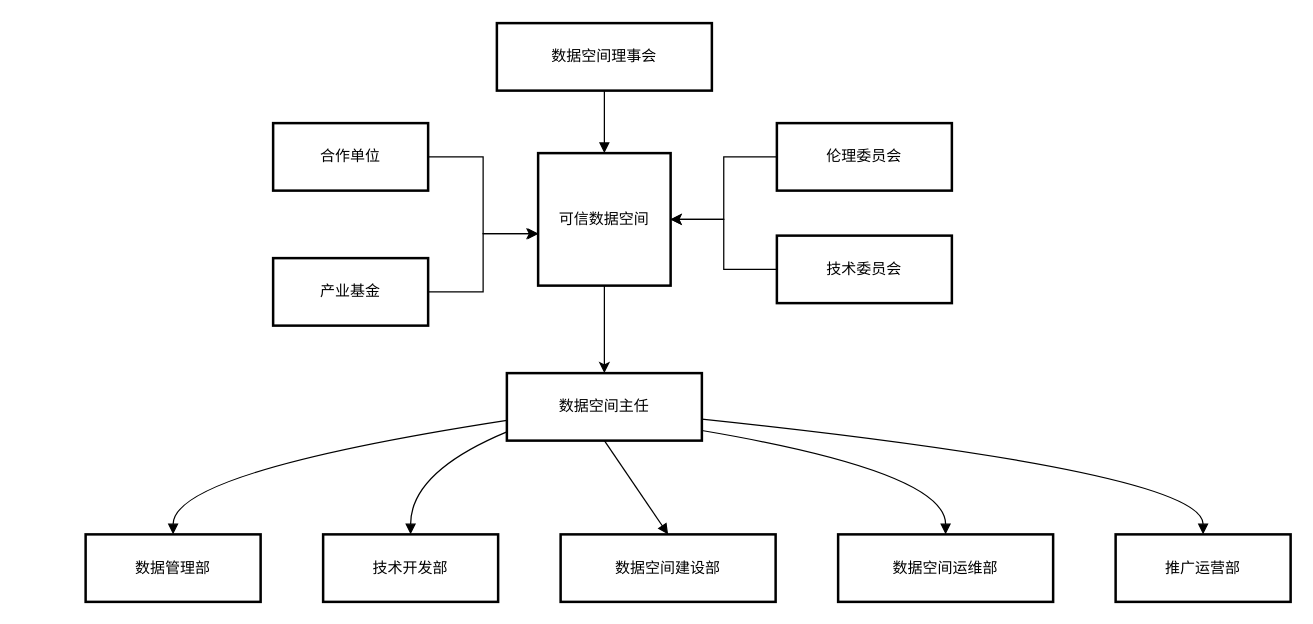
leiming8886/codac keeps this draw.io diagram as 未命名绘图.drawio. Above is the earlier version. Source tidied: cells renumbered, new cells numbered last; positions are measured from the earlier drawing's top-left corner, leaving out a move shared by most shapes. Both pictures are drawn from the tidied source at 125%, with x=0, y=0 at pixel (85, 22).
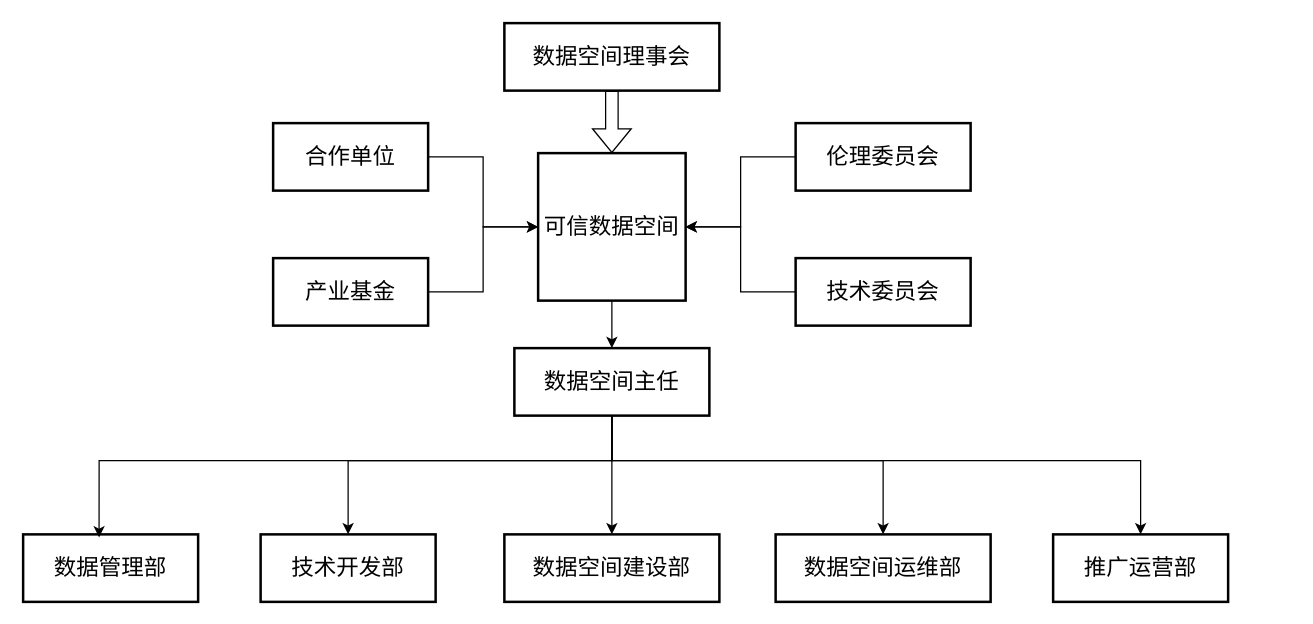
Above is the later version.

Commit message (it also covers changes not shown here):
更新未命名绘图.drawio

Diff of the diagram source:
```diff
@@
-    <mxCell id="2" value="数据空间理事会" style="whiteSpace=wrap;strokeWidth=2;" parent="1" vertex="1">
-      <mxGeometry x="329" width="172" height="54" as="geometry" />
+    <mxCell id="2" value="数据空间理事会" style="whiteSpace=wrap;strokeWidth=2;fontSize=18;" parent="1" vertex="1">
+      <mxGeometry x="335" width="172" height="54" as="geometry" />
     </mxCell>
-    <mxCell id="3" style="edgeStyle=orthogonalEdgeStyle;rounded=0;jettySize=auto;html=1;exitX=0.5;exitY=1;exitDx=0;exitDy=0;entryX=0.5;entryY=0;entryDx=0;entryDy=0;" parent="1" edge="1" source="4" target="5">
+    <mxCell id="3" style="edgeStyle=orthogonalEdgeStyle;rounded=0;jettySize=auto;html=1;exitX=0.5;exitY=1;exitDx=0;exitDy=0;entryX=0.5;entryY=0;entryDx=0;entryDy=0;fontSize=18;" parent="1" edge="1" source="4" target="5">
       <mxGeometry relative="1" as="geometry" />
     </mxCell>
-    <mxCell id="4" value="可信数据空间" style="strokeWidth=2;whiteSpace=wrap;flipV=1;" parent="1" vertex="1">
-      <mxGeometry x="362" y="104" width="106" height="106" as="geometry" />
+    <mxCell id="4" value="可信数据空间" style="strokeWidth=2;whiteSpace=wrap;flipV=1;fontSize=18;" parent="1" vertex="1">
+      <mxGeometry x="362" y="104" width="118" height="118" as="geometry" />
     </mxCell>
+    <mxCell id="16" style="edgeStyle=orthogonalEdgeStyle;rounded=0;jettySize=auto;html=1;entryX=0.5;entryY=0;entryDx=0;entryDy=0;" parent="1" edge="1" source="5" target="10">
+      <mxGeometry relative="1" as="geometry">
+        <Array as="points">
+          <mxPoint x="421" y="350" />
+          <mxPoint x="210" y="350" />
+        </Array>
+      </mxGeometry>
+    </mxCell>
+    <mxCell id="17" style="edgeStyle=orthogonalEdgeStyle;rounded=0;jettySize=auto;html=1;entryX=0.5;entryY=0;entryDx=0;entryDy=0;" parent="1" edge="1" source="5" target="11">
+      <mxGeometry relative="1" as="geometry" />
+    </mxCell>
+    <mxCell id="18" style="edgeStyle=orthogonalEdgeStyle;rounded=0;jettySize=auto;html=1;entryX=0.5;entryY=0;entryDx=0;entryDy=0;" parent="1" edge="1" source="5" target="12">
+      <mxGeometry relative="1" as="geometry">
+        <Array as="points">
+          <mxPoint x="421" y="350" />
+          <mxPoint x="638" y="350" />
+        </Array>
+      </mxGeometry>
+    </mxCell>
+    <mxCell id="19" style="edgeStyle=orthogonalEdgeStyle;rounded=0;jettySize=auto;html=1;entryX=0.5;entryY=0;entryDx=0;entryDy=0;" parent="1" edge="1" source="5" target="13">
+      <mxGeometry relative="1" as="geometry">
+        <Array as="points">
+          <mxPoint x="421" y="350" />
+          <mxPoint x="844" y="350" />
+        </Array>
+      </mxGeometry>
+    </mxCell>
-    <mxCell id="5" value="数据空间主任" style="whiteSpace=wrap;strokeWidth=2;" parent="1" vertex="1">
-      <mxGeometry x="337" y="280" width="156" height="54" as="geometry" />
+    <mxCell id="5" value="数据空间主任" style="whiteSpace=wrap;strokeWidth=2;fontSize=18;" parent="1" vertex="1">
+      <mxGeometry x="343" y="260" width="156" height="54" as="geometry" />
     </mxCell>
-    <mxCell id="6" style="edgeStyle=orthogonalEdgeStyle;rounded=0;jettySize=auto;html=1;exitX=0;exitY=0.5;exitDx=0;exitDy=0;entryX=1;entryY=0.5;entryDx=0;entryDy=0;" parent="1" edge="1" source="7" target="4">
+    <mxCell id="6" style="edgeStyle=orthogonalEdgeStyle;rounded=0;jettySize=auto;html=1;exitX=0;exitY=0.5;exitDx=0;exitDy=0;entryX=1;entryY=0.5;entryDx=0;entryDy=0;fontSize=18;" parent="1" edge="1" source="7" target="4">
       <mxGeometry relative="1" as="geometry" />
     </mxCell>
-    <mxCell id="7" value="伦理委员会" style="whiteSpace=wrap;strokeWidth=2;" parent="1" vertex="1">
-      <mxGeometry x="553" y="80" width="140" height="54" as="geometry" />
+    <mxCell id="7" value="伦理委员会" style="whiteSpace=wrap;strokeWidth=2;fontSize=18;" parent="1" vertex="1">
+      <mxGeometry x="568" y="80" width="140" height="54" as="geometry" />
     </mxCell>
+    <mxCell id="21" style="edgeStyle=orthogonalEdgeStyle;rounded=0;jettySize=auto;html=1;entryX=0;entryY=0.5;entryDx=0;entryDy=0;" parent="1" edge="1" source="8" target="4">
+      <mxGeometry relative="1" as="geometry" />
+    </mxCell>
-    <mxCell id="8" value="产业基金" style="whiteSpace=wrap;strokeWidth=2;" parent="1" vertex="1">
+    <mxCell id="8" value="产业基金" style="whiteSpace=wrap;strokeWidth=2;fontSize=18;" parent="1" vertex="1">
       <mxGeometry x="150" y="188" width="124" height="54" as="geometry" />
     </mxCell>
-    <mxCell id="9" value="数据管理部" style="whiteSpace=wrap;strokeWidth=2;" parent="1" vertex="1">
-      <mxGeometry y="409" width="140" height="54" as="geometry" />
+    <mxCell id="9" value="数据管理部" style="whiteSpace=wrap;strokeWidth=2;fontSize=18;" parent="1" vertex="1">
+      <mxGeometry x="-50" y="409" width="140" height="54" as="geometry" />
     </mxCell>
-    <mxCell id="10" value="技术开发部" style="whiteSpace=wrap;strokeWidth=2;" parent="1" vertex="1">
-      <mxGeometry x="190" y="409" width="140" height="54" as="geometry" />
+    <mxCell id="10" value="技术开发部" style="whiteSpace=wrap;strokeWidth=2;fontSize=18;" parent="1" vertex="1">
+      <mxGeometry x="140" y="409" width="140" height="54" as="geometry" />
     </mxCell>
-    <mxCell id="11" value="数据空间建设部" style="whiteSpace=wrap;strokeWidth=2;" parent="1" vertex="1">
-      <mxGeometry x="380" y="409" width="172" height="54" as="geometry" />
+    <mxCell id="11" value="数据空间建设部" style="whiteSpace=wrap;strokeWidth=2;fontSize=18;" parent="1" vertex="1">
+      <mxGeometry x="335" y="409" width="172" height="54" as="geometry" />
     </mxCell>
-    <mxCell id="12" value="数据空间运维部" style="whiteSpace=wrap;strokeWidth=2;" parent="1" vertex="1">
-      <mxGeometry x="602" y="409" width="172" height="54" as="geometry" />
+    <mxCell id="12" value="数据空间运维部" style="whiteSpace=wrap;strokeWidth=2;fontSize=18;" parent="1" vertex="1">
+      <mxGeometry x="552" y="409" width="172" height="54" as="geometry" />
     </mxCell>
-    <mxCell id="13" value="推广运营部" style="whiteSpace=wrap;strokeWidth=2;" parent="1" vertex="1">
-      <mxGeometry x="824" y="409" width="140" height="54" as="geometry" />
+    <mxCell id="13" value="推广运营部" style="whiteSpace=wrap;strokeWidth=2;fontSize=18;" parent="1" vertex="1">
+      <mxGeometry x="774" y="409" width="140" height="54" as="geometry" />
     </mxCell>
+    <mxCell id="22" style="edgeStyle=orthogonalEdgeStyle;rounded=0;jettySize=auto;html=1;entryX=0;entryY=0.5;entryDx=0;entryDy=0;" parent="1" edge="1" source="20" target="4">
+      <mxGeometry relative="1" as="geometry" />
+    </mxCell>
+    <mxCell id="20" value="合作单位" style="whiteSpace=wrap;strokeWidth=2;fontSize=18;" parent="1" vertex="1">
+      <mxGeometry x="150" y="80" width="124" height="54" as="geometry" />
+    </mxCell>
+    <mxCell id="23" style="edgeStyle=orthogonalEdgeStyle;rounded=0;jettySize=auto;html=1;entryX=1;entryY=0.5;entryDx=0;entryDy=0;fontSize=18;" parent="1" edge="1" source="24" target="4">
+      <mxGeometry relative="1" as="geometry" />
+    </mxCell>
+    <mxCell id="24" value="技术委员会" style="whiteSpace=wrap;strokeWidth=2;fontSize=18;" parent="1" vertex="1">
+      <mxGeometry x="568" y="188" width="140" height="54" as="geometry" />
+    </mxCell>
-    <mxCell id="14" style="curved=1;startArrow=none;endArrow=block;exitX=0.5;exitY=1;entryX=0.5;entryY=0;rounded=0;" parent="1" edge="1" source="2" target="4">
+    <mxCell id="14" style="shape=flexArrow;endArrow=classic;html=1;rounded=0;entryX=0.5;entryY=0;entryDx=0;entryDy=0;exitX=0.5;exitY=1;exitDx=0;exitDy=0;fontSize=18;" parent="1" edge="1" source="2" target="4">
       <mxGeometry relative="1" as="geometry" />
     </mxCell>
-    <mxCell id="15" style="curved=1;startArrow=none;endArrow=block;exitX=0;exitY=0.7;entryX=0.5;entryY=0.01;rounded=0;" parent="1" edge="1" source="5" target="9">
+    <mxCell id="15" style="edgeStyle=orthogonalEdgeStyle;rounded=0;jettySize=auto;html=1;entryX=0.434;entryY=0.045;entryDx=0;entryDy=0;entryPerimeter=0;" parent="1" edge="1" source="5" target="9">
       <mxGeometry relative="1" as="geometry">
         <Array as="points">
-          <mxPoint x="70" y="359" />
+          <mxPoint x="421" y="350" />
+          <mxPoint x="11" y="350" />
         </Array>
       </mxGeometry>
     </mxCell>
-    <mxCell id="16" style="curved=1;startArrow=none;endArrow=block;exitX=0;exitY=0.87;entryX=0.5;entryY=0.01;rounded=0;" parent="1" edge="1" source="5" target="10">
-      <mxGeometry relative="1" as="geometry">
-        <Array as="points">
-          <mxPoint x="260" y="359" />
-        </Array>
-      </mxGeometry>
-    </mxCell>
-    <mxCell id="17" style="curved=1;startArrow=none;endArrow=block;exitX=0.5;exitY=1.01;entryX=0.5;entryY=0.01;rounded=0;" parent="1" edge="1" source="5" target="11">
-      <mxGeometry relative="1" as="geometry" />
-    </mxCell>
-    <mxCell id="18" style="curved=1;startArrow=none;endArrow=block;exitX=1;exitY=0.85;entryX=0.5;entryY=0.01;rounded=0;" parent="1" edge="1" source="5" target="12">
-      <mxGeometry relative="1" as="geometry">
-        <Array as="points">
-          <mxPoint x="688" y="359" />
-        </Array>
-      </mxGeometry>
-    </mxCell>
-    <mxCell id="19" style="curved=1;startArrow=none;endArrow=block;exitX=1;exitY=0.68;entryX=0.5;entryY=0.01;rounded=0;" parent="1" edge="1" source="5" target="13">
-      <mxGeometry relative="1" as="geometry">
-        <Array as="points">
-          <mxPoint x="894" y="359" />
-        </Array>
-      </mxGeometry>
-    </mxCell>
-    <mxCell id="20" value="合作单位" style="whiteSpace=wrap;strokeWidth=2;" parent="1" vertex="1">
-      <mxGeometry x="150" y="80" width="124" height="54" as="geometry" />
-    </mxCell>
-    <mxCell id="21" style="edgeStyle=orthogonalEdgeStyle;rounded=0;jettySize=auto;html=1;exitX=1;exitY=0.5;exitDx=0;exitDy=0;entryX=-0.005;entryY=0.392;entryDx=0;entryDy=0;entryPerimeter=0;" parent="1" edge="1" source="8" target="4">
-      <mxGeometry relative="1" as="geometry" />
-    </mxCell>
-    <mxCell id="22" style="edgeStyle=orthogonalEdgeStyle;rounded=0;jettySize=auto;html=1;exitX=1;exitY=0.5;exitDx=0;exitDy=0;entryX=0.005;entryY=0.392;entryDx=0;entryDy=0;entryPerimeter=0;" parent="1" edge="1" source="20" target="4">
-      <mxGeometry relative="1" as="geometry" />
-    </mxCell>
-    <mxCell id="23" style="edgeStyle=orthogonalEdgeStyle;rounded=0;jettySize=auto;html=1;entryX=1;entryY=0.5;entryDx=0;entryDy=0;" parent="1" edge="1" source="24" target="4">
-      <mxGeometry relative="1" as="geometry" />
-    </mxCell>
-    <mxCell id="24" value="技术委员会" style="whiteSpace=wrap;strokeWidth=2;" parent="1" vertex="1">
-      <mxGeometry x="553" y="170" width="140" height="54" as="geometry" />
-    </mxCell>
```
